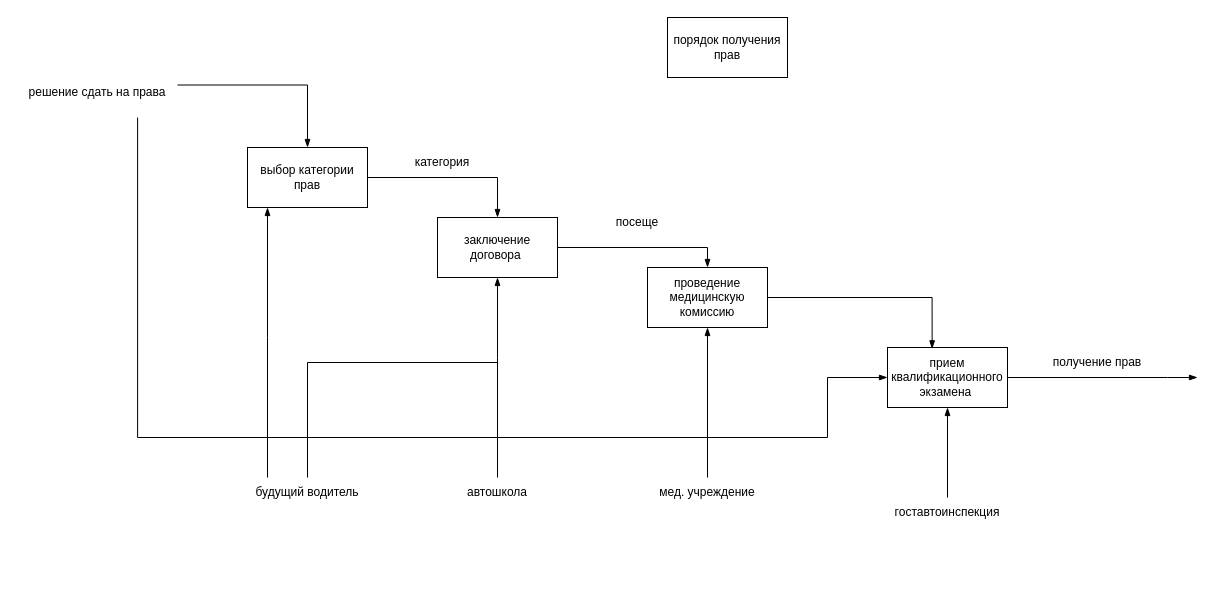
This is Диаграмма без названия.drawio from ValeriaLebedeva/IDEFO2, a draw.io file, before an edit. Source tidied: cells renumbered, new cells numbered last; positions are measured from the earlier drawing's top-left corner, leaving out a move shared by most shapes. Both pictures are drawn from the tidied source at 100%, with x=0, y=0 at pixel (17, 17).
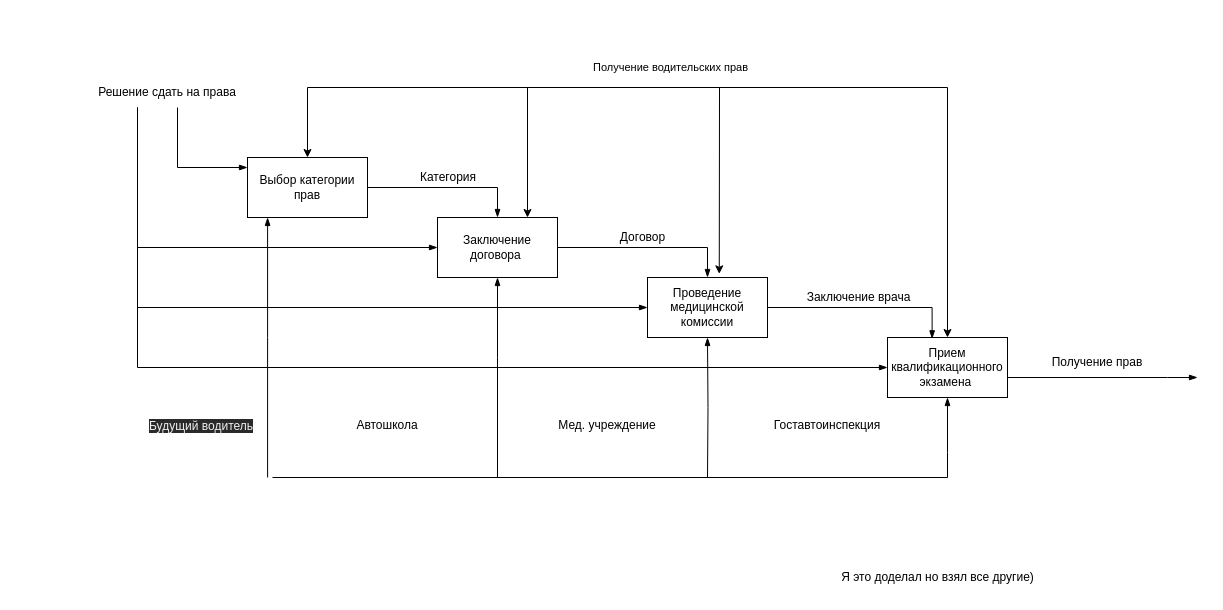
The same diagram, later.

The edit, as a diff of the source:
```diff
@@
-    <mxCell id="2" style="edgeStyle=orthogonalEdgeStyle;rounded=0;jettySize=auto;html=1;fontSize=12;endArrow=blockThin;endFill=1;" parent="1" edge="1" source="3" target="5">
-      <mxGeometry relative="1" as="geometry" />
-    </mxCell>
-    <mxCell id="3" value="выбор категории прав" style="rounded=0;whiteSpace=wrap;html=1;" parent="1" vertex="1">
-      <mxGeometry x="230" y="130" width="120" height="60" as="geometry" />
-    </mxCell>
-    <mxCell id="4" style="edgeStyle=orthogonalEdgeStyle;rounded=0;jettySize=auto;html=1;entryX=0.5;entryY=0;entryDx=0;entryDy=0;fontSize=12;endArrow=blockThin;endFill=1;" parent="1" edge="1" source="5" target="7">
-      <mxGeometry relative="1" as="geometry" />
-    </mxCell>
-    <mxCell id="5" value="&lt;span style=&quot;font-size: 12px;&quot;&gt;заключение договора&amp;nbsp;&lt;/span&gt;" style="rounded=0;whiteSpace=wrap;html=1;fontSize=10;" parent="1" vertex="1">
-      <mxGeometry x="420" y="200" width="120" height="60" as="geometry" />
-    </mxCell>
-    <mxCell id="6" style="edgeStyle=orthogonalEdgeStyle;rounded=0;jettySize=auto;html=1;entryX=0.372;entryY=0.022;entryDx=0;entryDy=0;entryPerimeter=0;fontSize=12;endArrow=blockThin;endFill=1;" parent="1" edge="1" source="7" target="9">
-      <mxGeometry relative="1" as="geometry" />
-    </mxCell>
-    <mxCell id="7" value="проведение медицинскую комиссию" style="rounded=0;whiteSpace=wrap;html=1;fontSize=12;" parent="1" vertex="1">
-      <mxGeometry x="630" y="250" width="120" height="60" as="geometry" />
-    </mxCell>
-    <mxCell id="8" style="edgeStyle=orthogonalEdgeStyle;rounded=0;jettySize=auto;html=1;fontSize=12;endArrow=blockThin;endFill=1;" parent="1" edge="1" source="9">
-      <mxGeometry relative="1" as="geometry">
-        <mxPoint x="1180" y="360" as="targetPoint" />
-        <Array as="points">
-          <mxPoint x="1150" y="360" />
-        </Array>
-      </mxGeometry>
-    </mxCell>
-    <mxCell id="9" value="прием квалификационного экзамена&amp;nbsp;" style="rounded=0;whiteSpace=wrap;html=1;fontSize=12;" parent="1" vertex="1">
-      <mxGeometry x="870" y="330" width="120" height="60" as="geometry" />
-    </mxCell>
-    <mxCell id="10" value="порядок получения прав" style="rounded=0;whiteSpace=wrap;html=1;fontSize=12;" parent="1" vertex="1">
-      <mxGeometry x="650" width="120" height="60" as="geometry" />
-    </mxCell>
-    <mxCell id="11" style="edgeStyle=orthogonalEdgeStyle;rounded=0;jettySize=auto;html=1;fontSize=12;endArrow=blockThin;endFill=1;" parent="1" edge="1" source="13" target="3">
-      <mxGeometry relative="1" as="geometry">
-        <Array as="points">
-          <mxPoint x="250" y="320" />
-          <mxPoint x="250" y="320" />
-        </Array>
-      </mxGeometry>
-    </mxCell>
-    <mxCell id="12" style="edgeStyle=orthogonalEdgeStyle;rounded=0;jettySize=auto;html=1;fontSize=12;endArrow=none;endFill=0;" parent="1" edge="1" source="13">
-      <mxGeometry relative="1" as="geometry">
-        <mxPoint x="480" y="345" as="targetPoint" />
-        <Array as="points">
-          <mxPoint x="290" y="345" />
-        </Array>
-      </mxGeometry>
-    </mxCell>
-    <mxCell id="13" value="будущий водитель" style="text;html=1;strokeColor=none;fillColor=none;align=center;verticalAlign=middle;whiteSpace=wrap;rounded=0;fontSize=12;" parent="1" vertex="1">
-      <mxGeometry x="220" y="460" width="140" height="30" as="geometry" />
-    </mxCell>
-    <mxCell id="14" style="edgeStyle=orthogonalEdgeStyle;rounded=0;jettySize=auto;html=1;fontSize=12;endArrow=blockThin;endFill=1;" parent="1" edge="1" source="15" target="5">
-      <mxGeometry relative="1" as="geometry">
-        <Array as="points">
-          <mxPoint x="480" y="340" />
-          <mxPoint x="480" y="340" />
-        </Array>
-      </mxGeometry>
-    </mxCell>
-    <mxCell id="15" value="автошкола" style="text;html=1;strokeColor=none;fillColor=none;align=center;verticalAlign=middle;whiteSpace=wrap;rounded=0;fontSize=12;" parent="1" vertex="1">
-      <mxGeometry x="450" y="460" width="60" height="30" as="geometry" />
-    </mxCell>
-    <mxCell id="16" style="edgeStyle=orthogonalEdgeStyle;rounded=0;jettySize=auto;html=1;entryX=0.5;entryY=1;entryDx=0;entryDy=0;fontSize=12;endArrow=blockThin;endFill=1;" parent="1" edge="1" source="17" target="7">
-      <mxGeometry relative="1" as="geometry" />
-    </mxCell>
-    <mxCell id="17" value="мед. учреждение" style="text;html=1;strokeColor=none;fillColor=none;align=center;verticalAlign=middle;whiteSpace=wrap;rounded=0;fontSize=12;" parent="1" vertex="1">
-      <mxGeometry x="630" y="460" width="120" height="30" as="geometry" />
-    </mxCell>
-    <mxCell id="18" style="edgeStyle=orthogonalEdgeStyle;rounded=0;jettySize=auto;html=1;entryX=0.5;entryY=1;entryDx=0;entryDy=0;fontSize=12;endArrow=blockThin;endFill=1;" parent="1" edge="1" source="19" target="9">
-      <mxGeometry relative="1" as="geometry" />
-    </mxCell>
-    <mxCell id="19" value="гоставтоинспекция" style="text;html=1;strokeColor=none;fillColor=none;align=center;verticalAlign=middle;whiteSpace=wrap;rounded=0;fontSize=12;" parent="1" vertex="1">
-      <mxGeometry x="900" y="480" width="60" height="30" as="geometry" />
-    </mxCell>
-    <mxCell id="20" style="edgeStyle=orthogonalEdgeStyle;rounded=0;jettySize=auto;html=1;fontSize=12;endArrow=blockThin;endFill=1;entryX=0;entryY=0.5;entryDx=0;entryDy=0;" parent="1" edge="1" target="9">
-      <mxGeometry relative="1" as="geometry">
-        <mxPoint x="120.1" y="100" as="sourcePoint" />
-        <Array as="points">
-          <mxPoint x="120" y="420" />
-          <mxPoint x="810" y="420" />
-          <mxPoint x="810" y="360" />
-        </Array>
-      </mxGeometry>
-    </mxCell>
-    <mxCell id="21" style="edgeStyle=orthogonalEdgeStyle;rounded=0;jettySize=auto;html=1;entryX=0.5;entryY=0;entryDx=0;entryDy=0;fontSize=12;endArrow=blockThin;endFill=1;exitX=1;exitY=0.25;exitDx=0;exitDy=0;" parent="1" edge="1" source="22" target="3">
-      <mxGeometry relative="1" as="geometry" />
-    </mxCell>
-    <mxCell id="22" value="решение сдать на права" style="text;html=1;strokeColor=none;fillColor=none;align=center;verticalAlign=middle;whiteSpace=wrap;rounded=0;fontSize=12;" parent="1" vertex="1">
-      <mxGeometry y="60" width="160" height="30" as="geometry" />
-    </mxCell>
-    <mxCell id="23" value="получение прав" style="text;html=1;strokeColor=none;fillColor=none;align=center;verticalAlign=middle;whiteSpace=wrap;rounded=0;fontSize=12;" parent="1" vertex="1">
-      <mxGeometry x="1030" y="330" width="100" height="30" as="geometry" />
-    </mxCell>
-    <mxCell id="24" value="категория" style="text;html=1;strokeColor=none;fillColor=none;align=center;verticalAlign=middle;whiteSpace=wrap;rounded=0;fontSize=12;" parent="1" vertex="1">
-      <mxGeometry x="360" y="130" width="130" height="30" as="geometry" />
-    </mxCell>
-    <mxCell id="25" value="посеще" style="text;html=1;strokeColor=none;fillColor=none;align=center;verticalAlign=middle;whiteSpace=wrap;rounded=0;fontSize=12;" parent="1" vertex="1">
-      <mxGeometry x="590" y="190" width="60" height="30" as="geometry" />
-    </mxCell>
+    <mxCell id="26" style="edgeStyle=orthogonalEdgeStyle;rounded=0;jettySize=auto;html=1;fontSize=12;endArrow=blockThin;endFill=1;" parent="1" edge="1" source="27" target="29">
+      <mxGeometry relative="1" as="geometry">
+        <Array as="points">
+          <mxPoint x="480" y="170" />
+        </Array>
+      </mxGeometry>
+    </mxCell>
+    <mxCell id="27" value="Выбор категории прав" style="rounded=0;whiteSpace=wrap;html=1;" parent="1" vertex="1">
+      <mxGeometry x="230" y="140" width="120" height="60" as="geometry" />
+    </mxCell>
+    <mxCell id="28" value="Договор" style="edgeStyle=orthogonalEdgeStyle;rounded=0;jettySize=auto;html=1;entryX=0.5;entryY=0;entryDx=0;entryDy=0;fontSize=12;endArrow=blockThin;endFill=1;" parent="1" edge="1" source="29" target="31">
+      <mxGeometry x="-0.06" y="10" relative="1" as="geometry" />
+    </mxCell>
+    <mxCell id="29" value="&lt;span style=&quot;font-size: 12px;&quot;&gt;Заключение договора&amp;nbsp;&lt;/span&gt;" style="rounded=0;whiteSpace=wrap;html=1;fontSize=10;" parent="1" vertex="1">
+      <mxGeometry x="420" y="200" width="120" height="60" as="geometry" />
+    </mxCell>
+    <mxCell id="30" value="Заключение врача" style="edgeStyle=orthogonalEdgeStyle;rounded=0;jettySize=auto;html=1;entryX=0.372;entryY=0.022;entryDx=0;entryDy=0;entryPerimeter=0;fontSize=12;endArrow=blockThin;endFill=1;" parent="1" edge="1" source="31" target="33">
+      <mxGeometry x="-0.07" y="10" relative="1" as="geometry">
+        <Array as="points">
+          <mxPoint x="915" y="290" />
+        </Array>
+      </mxGeometry>
+    </mxCell>
+    <mxCell id="31" value="Проведение медицинской комиссии" style="rounded=0;whiteSpace=wrap;html=1;fontSize=12;" parent="1" vertex="1">
+      <mxGeometry x="630" y="260" width="120" height="60" as="geometry" />
+    </mxCell>
+    <mxCell id="32" style="edgeStyle=orthogonalEdgeStyle;rounded=0;jettySize=auto;html=1;fontSize=12;endArrow=blockThin;endFill=1;" parent="1" edge="1" source="33">
+      <mxGeometry relative="1" as="geometry">
+        <mxPoint x="1180" y="360" as="targetPoint" />
+        <Array as="points">
+          <mxPoint x="1150" y="360" />
+        </Array>
+      </mxGeometry>
+    </mxCell>
+    <mxCell id="33" value="Прием квалификационного экзамена&amp;nbsp;" style="rounded=0;whiteSpace=wrap;html=1;fontSize=12;" parent="1" vertex="1">
+      <mxGeometry x="870" y="320" width="120" height="60" as="geometry" />
+    </mxCell>
+    <mxCell id="34" style="edgeStyle=orthogonalEdgeStyle;rounded=0;jettySize=auto;html=1;fontSize=12;endArrow=blockThin;endFill=1;" parent="1" edge="1" target="27">
+      <mxGeometry relative="1" as="geometry">
+        <mxPoint x="250.1" y="460" as="sourcePoint" />
+        <Array as="points">
+          <mxPoint x="250" y="320" />
+          <mxPoint x="250" y="320" />
+        </Array>
+      </mxGeometry>
+    </mxCell>
+    <mxCell id="35" style="edgeStyle=orthogonalEdgeStyle;rounded=0;jettySize=auto;html=1;fontSize=12;endArrow=blockThin;endFill=1;" parent="1" edge="1" target="29">
+      <mxGeometry relative="1" as="geometry">
+        <mxPoint x="480" y="460" as="sourcePoint" />
+        <Array as="points">
+          <mxPoint x="480" y="340" />
+          <mxPoint x="480" y="340" />
+        </Array>
+      </mxGeometry>
+    </mxCell>
+    <mxCell id="36" value="Автошкола" style="text;html=1;strokeColor=none;fillColor=none;align=center;verticalAlign=middle;whiteSpace=wrap;rounded=0;fontSize=12;" parent="1" vertex="1">
+      <mxGeometry x="340" y="392.5" width="60" height="30" as="geometry" />
+    </mxCell>
+    <mxCell id="37" style="edgeStyle=orthogonalEdgeStyle;rounded=0;jettySize=auto;html=1;entryX=0.5;entryY=1;entryDx=0;entryDy=0;fontSize=12;endArrow=blockThin;endFill=1;" parent="1" edge="1" target="31">
+      <mxGeometry relative="1" as="geometry">
+        <mxPoint x="690" y="460" as="sourcePoint" />
+      </mxGeometry>
+    </mxCell>
+    <mxCell id="38" value="Мед. учреждение" style="text;html=1;strokeColor=none;fillColor=none;align=center;verticalAlign=middle;whiteSpace=wrap;rounded=0;fontSize=12;" parent="1" vertex="1">
+      <mxGeometry x="530" y="392.5" width="120" height="30" as="geometry" />
+    </mxCell>
+    <mxCell id="39" style="edgeStyle=orthogonalEdgeStyle;rounded=0;jettySize=auto;html=1;entryX=0.5;entryY=1;entryDx=0;entryDy=0;fontSize=12;endArrow=blockThin;endFill=1;" parent="1" edge="1" target="33">
+      <mxGeometry relative="1" as="geometry">
+        <mxPoint x="930" y="460" as="sourcePoint" />
+        <Array as="points">
+          <mxPoint x="930" y="435" />
+        </Array>
+      </mxGeometry>
+    </mxCell>
+    <mxCell id="40" value="Гоставтоинспекция" style="text;html=1;strokeColor=none;fillColor=none;align=center;verticalAlign=middle;whiteSpace=wrap;rounded=0;fontSize=12;" parent="1" vertex="1">
+      <mxGeometry x="780" y="392.5" width="60" height="30" as="geometry" />
+    </mxCell>
+    <mxCell id="41" style="edgeStyle=orthogonalEdgeStyle;rounded=0;jettySize=auto;html=1;fontSize=12;endArrow=blockThin;endFill=1;entryX=0;entryY=0.5;entryDx=0;entryDy=0;" parent="1" edge="1" source="43" target="33">
+      <mxGeometry relative="1" as="geometry">
+        <Array as="points">
+          <mxPoint x="120" y="350" />
+        </Array>
+      </mxGeometry>
+    </mxCell>
+    <mxCell id="42" style="edgeStyle=orthogonalEdgeStyle;rounded=0;jettySize=auto;html=1;fontSize=12;endArrow=blockThin;endFill=1;" parent="1" edge="1" source="43">
+      <mxGeometry relative="1" as="geometry">
+        <mxPoint x="230" y="150" as="targetPoint" />
+        <Array as="points">
+          <mxPoint x="160" y="150" />
+        </Array>
+      </mxGeometry>
+    </mxCell>
+    <mxCell id="43" value="Решение сдать на права" style="text;html=1;strokeColor=none;fillColor=none;align=center;verticalAlign=middle;whiteSpace=wrap;rounded=0;fontSize=12;" parent="1" vertex="1">
+      <mxGeometry x="70" y="60" width="160" height="30" as="geometry" />
+    </mxCell>
+    <mxCell id="44" value="Получение прав" style="text;html=1;strokeColor=none;fillColor=none;align=center;verticalAlign=middle;whiteSpace=wrap;rounded=0;fontSize=12;" parent="1" vertex="1">
+      <mxGeometry x="1030" y="330" width="100" height="30" as="geometry" />
+    </mxCell>
+    <mxCell id="45" value="Категория" style="text;html=1;strokeColor=none;fillColor=none;align=center;verticalAlign=middle;whiteSpace=wrap;rounded=0;fontSize=12;" parent="1" vertex="1">
+      <mxGeometry x="366" y="145" width="130" height="30" as="geometry" />
+    </mxCell>
+    <mxCell id="46" style="edgeStyle=orthogonalEdgeStyle;rounded=0;jettySize=auto;html=1;fontSize=12;endArrow=blockThin;endFill=1;entryX=0;entryY=0.5;entryDx=0;entryDy=0;" parent="1" edge="1" target="29">
+      <mxGeometry relative="1" as="geometry">
+        <mxPoint x="120" y="90" as="sourcePoint" />
+        <Array as="points">
+          <mxPoint x="120" y="230" />
+        </Array>
+      </mxGeometry>
+    </mxCell>
+    <mxCell id="47" style="edgeStyle=orthogonalEdgeStyle;rounded=0;jettySize=auto;html=1;fontSize=12;endArrow=blockThin;endFill=1;entryX=0;entryY=0.5;entryDx=0;entryDy=0;" parent="1" edge="1" target="31">
+      <mxGeometry relative="1" as="geometry">
+        <mxPoint x="120" y="90" as="sourcePoint" />
+        <Array as="points">
+          <mxPoint x="120" y="100" />
+          <mxPoint x="120" y="280" />
+        </Array>
+      </mxGeometry>
+    </mxCell>
+    <mxCell id="48" value="Получение водительских прав" style="endArrow=classic;startArrow=classic;html=1;rounded=0;entryX=0.5;entryY=0;entryDx=0;entryDy=0;" parent="1" edge="1" target="27">
+      <mxGeometry x="0.1" y="-20" relative="1" as="geometry">
+        <mxPoint x="930" y="320" as="sourcePoint" />
+        <Array as="points">
+          <mxPoint x="930" y="70" />
+          <mxPoint x="290" y="70" />
+        </Array>
+        <mxPoint x="1" as="offset" />
+      </mxGeometry>
+    </mxCell>
+    <mxCell id="49" style="endArrow=classic;html=1;rounded=0;entryX=0.598;entryY=-0.061;entryDx=0;entryDy=0;entryPerimeter=0;" parent="1" edge="1" target="31">
+      <mxGeometry relative="1" as="geometry">
+        <mxPoint x="702" y="70" as="sourcePoint" />
+      </mxGeometry>
+    </mxCell>
+    <mxCell id="50" style="endArrow=classic;html=1;rounded=0;" parent="1" edge="1">
+      <mxGeometry relative="1" as="geometry">
+        <mxPoint x="510" y="70" as="sourcePoint" />
+        <mxPoint x="510" y="200" as="targetPoint" />
+      </mxGeometry>
+    </mxCell>
+    <mxCell id="51" style="endArrow=none;html=1;rounded=0;exitX=0.25;exitY=0;exitDx=0;exitDy=0;" parent="1" edge="1">
+      <mxGeometry relative="1" as="geometry">
+        <mxPoint x="255" y="460" as="sourcePoint" />
+        <mxPoint x="930" y="460" as="targetPoint" />
+      </mxGeometry>
+    </mxCell>
+    <mxCell id="52" value="&lt;span style=&quot;color: rgb(240, 240, 240); font-family: Helvetica; font-size: 12px; font-style: normal; font-variant-ligatures: normal; font-variant-caps: normal; font-weight: 400; letter-spacing: normal; orphans: 2; text-align: center; text-indent: 0px; text-transform: none; widows: 2; word-spacing: 0px; -webkit-text-stroke-width: 0px; background-color: rgb(42, 42, 42); text-decoration-thickness: initial; text-decoration-style: initial; text-decoration-color: initial; float: none; display: inline !important;&quot;&gt;Будущий водитель&lt;/span&gt;" style="text;whiteSpace=wrap;html=1;" parent="1" vertex="1">
+      <mxGeometry x="130" y="395" width="110" height="25" as="geometry" />
+    </mxCell>
+    <mxCell id="53" value="Я это доделал но взял все другие)" style="text;html=1;align=center;verticalAlign=middle;strokeColor=none;fillColor=none;" parent="1" vertex="1">
+      <mxGeometry x="810" y="545" width="220" height="30" as="geometry" />
+    </mxCell>
```
